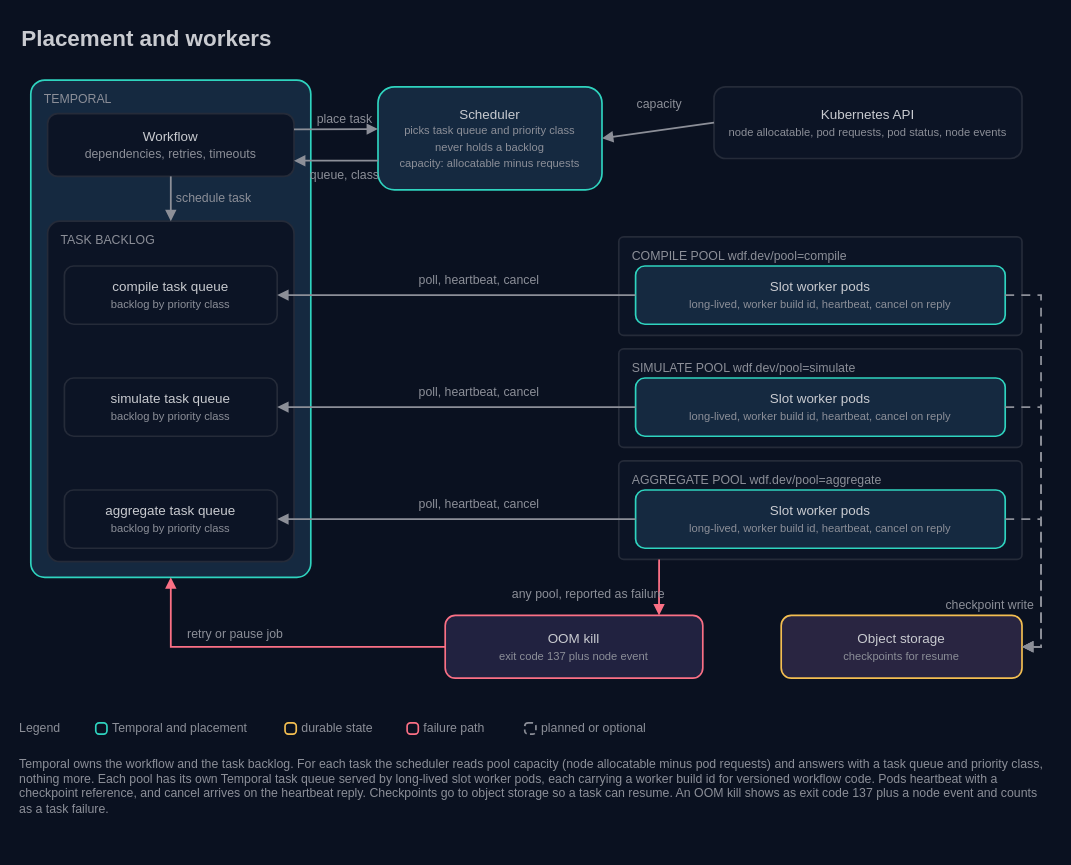
Earlier version of the draw.io diagram docs/architecture/11-placement-and-workers.drawio (AndoNorth/wasm-dag-forge). Source tidied: cells renumbered, new cells numbered last; positions are measured from the earlier drawing's top-left corner, leaving out a move shared by most shapes. Both pictures are drawn from the tidied source at 112%, with x=0, y=0 at pixel (19, 19).
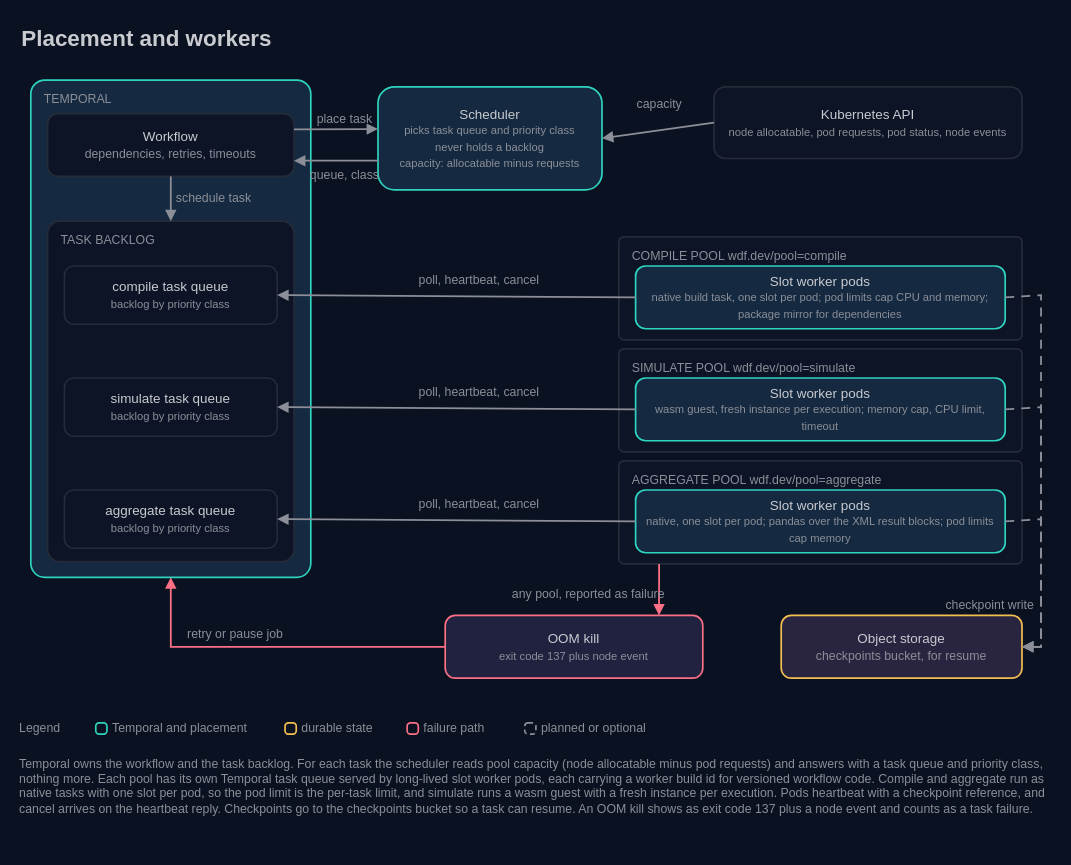
The same diagram, later.

Diff of the diagram source:
```diff
@@
     <mxCell id="13" style="rounded=1;arcSize=5;html=1;whiteSpace=wrap;fillColor=#0c1425;strokeColor=#252b39;strokeWidth=1.5;fontColor=#c9cbd0;fontSize=12;fontFamily=IBM Plex Sans;verticalAlign=top;align=left;" parent="1" vertex="1">
-      <mxGeometry x="535" y="194" width="360" height="88" as="geometry" />
+      <mxGeometry x="535" y="194" width="360" height="92" as="geometry" />
     </mxCell>
@@
-    <mxCell id="15" value="Slot worker pods&lt;br&gt;&lt;font color=&quot;#8c8f98&quot; style=&quot;font-size:10px&quot;&gt;long-lived, worker build id, heartbeat, cancel on reply&lt;/font&gt;" style="rounded=1;arcSize=16;html=1;whiteSpace=wrap;fillColor=#152940;strokeColor=#2fd4bf;strokeWidth=1.5;fontColor=#c9cbd0;fontSize=12;fontFamily=IBM Plex Sans;" parent="1" vertex="1">
-      <mxGeometry x="550" y="220" width="330" height="52" as="geometry" />
+    <mxCell id="15" value="Slot worker pods&lt;br&gt;&lt;font color=&quot;#8c8f98&quot; style=&quot;font-size:10px&quot;&gt;native build task, one slot per pod; pod limits cap CPU and memory; package mirror for dependencies&lt;/font&gt;" style="rounded=1;arcSize=16;html=1;whiteSpace=wrap;fillColor=#152940;strokeColor=#2fd4bf;strokeWidth=1.5;fontColor=#c9cbd0;fontSize=12;fontFamily=IBM Plex Sans;" parent="1" vertex="1">
+      <mxGeometry x="550" y="220" width="330" height="56" as="geometry" />
     </mxCell>
     <mxCell id="16" style="rounded=1;arcSize=5;html=1;whiteSpace=wrap;fillColor=#0c1425;strokeColor=#252b39;strokeWidth=1.5;fontColor=#c9cbd0;fontSize=12;fontFamily=IBM Plex Sans;verticalAlign=top;align=left;" parent="1" vertex="1">
-      <mxGeometry x="535" y="294" width="360" height="88" as="geometry" />
+      <mxGeometry x="535" y="294" width="360" height="92" as="geometry" />
     </mxCell>
@@
-    <mxCell id="18" value="Slot worker pods&lt;br&gt;&lt;font color=&quot;#8c8f98&quot; style=&quot;font-size:10px&quot;&gt;long-lived, worker build id, heartbeat, cancel on reply&lt;/font&gt;" style="rounded=1;arcSize=16;html=1;whiteSpace=wrap;fillColor=#152940;strokeColor=#2fd4bf;strokeWidth=1.5;fontColor=#c9cbd0;fontSize=12;fontFamily=IBM Plex Sans;" parent="1" vertex="1">
-      <mxGeometry x="550" y="320" width="330" height="52" as="geometry" />
+    <mxCell id="18" value="Slot worker pods&lt;br&gt;&lt;font color=&quot;#8c8f98&quot; style=&quot;font-size:10px&quot;&gt;wasm guest, fresh instance per execution; memory cap, CPU limit, timeout&lt;/font&gt;" style="rounded=1;arcSize=16;html=1;whiteSpace=wrap;fillColor=#152940;strokeColor=#2fd4bf;strokeWidth=1.5;fontColor=#c9cbd0;fontSize=12;fontFamily=IBM Plex Sans;" parent="1" vertex="1">
+      <mxGeometry x="550" y="320" width="330" height="56" as="geometry" />
     </mxCell>
     <mxCell id="19" style="rounded=1;arcSize=5;html=1;whiteSpace=wrap;fillColor=#0c1425;strokeColor=#252b39;strokeWidth=1.5;fontColor=#c9cbd0;fontSize=12;fontFamily=IBM Plex Sans;verticalAlign=top;align=left;" parent="1" vertex="1">
-      <mxGeometry x="535" y="394" width="360" height="88" as="geometry" />
+      <mxGeometry x="535" y="394" width="360" height="92" as="geometry" />
     </mxCell>
@@
-    <mxCell id="21" value="Slot worker pods&lt;br&gt;&lt;font color=&quot;#8c8f98&quot; style=&quot;font-size:10px&quot;&gt;long-lived, worker build id, heartbeat, cancel on reply&lt;/font&gt;" style="rounded=1;arcSize=16;html=1;whiteSpace=wrap;fillColor=#152940;strokeColor=#2fd4bf;strokeWidth=1.5;fontColor=#c9cbd0;fontSize=12;fontFamily=IBM Plex Sans;" parent="1" vertex="1">
-      <mxGeometry x="550" y="420" width="330" height="52" as="geometry" />
+    <mxCell id="21" value="Slot worker pods&lt;br&gt;&lt;font color=&quot;#8c8f98&quot; style=&quot;font-size:10px&quot;&gt;native, one slot per pod; pandas over the XML result blocks; pod limits cap memory&lt;/font&gt;" style="rounded=1;arcSize=16;html=1;whiteSpace=wrap;fillColor=#152940;strokeColor=#2fd4bf;strokeWidth=1.5;fontColor=#c9cbd0;fontSize=12;fontFamily=IBM Plex Sans;" parent="1" vertex="1">
+      <mxGeometry x="550" y="420" width="330" height="56" as="geometry" />
     </mxCell>
@@
-    <mxCell id="23" value="Object storage&lt;br&gt;&lt;font color=&quot;#8c8f98&quot; style=&quot;font-size:10px&quot;&gt;checkpoints for resume&lt;/font&gt;" style="rounded=1;arcSize=16;html=1;whiteSpace=wrap;fillColor=#292541;strokeColor=#f4bf51;strokeWidth=1.5;fontColor=#c9cbd0;fontSize=12;fontFamily=IBM Plex Sans;" parent="1" vertex="1">
+    <mxCell id="23" value="Object storage&lt;br&gt;&lt;font color=&quot;#8c8f98&quot; style=&quot;font-size:11px&quot;&gt;checkpoints bucket, for resume&lt;/font&gt;" style="rounded=1;arcSize=16;html=1;whiteSpace=wrap;fillColor=#292541;strokeColor=#f4bf51;strokeWidth=1.5;fontColor=#c9cbd0;fontSize=12;fontFamily=IBM Plex Sans;" parent="1" vertex="1">
       <mxGeometry x="680" y="532" width="215" height="56" as="geometry" />
     </mxCell>
@@
-    <mxCell id="55" value="Temporal owns the workflow and the task backlog. For each task the scheduler reads pool capacity (node allocatable minus pod requests) and answers with a task queue and priority class, nothing more. Each pool has its own Temporal task queue served by long-lived slot worker pods, each carrying a worker build id for versioned workflow code. Pods heartbeat with a checkpoint reference, and cancel arrives on the heartbeat reply. Checkpoints go to object storage so a task can resume. An OOM kill shows as exit code 137 plus a node event and counts as a task failure." style="text;html=1;strokeColor=none;fillColor=none;align=left;verticalAlign=top;whiteSpace=wrap;fontColor=#8c8f98;fontSize=11;fontFamily=IBM Plex Sans;spacing=0;" parent="1" vertex="1">
-      <mxGeometry y="654" width="920" height="56" as="geometry" />
+    <mxCell id="55" value="Temporal owns the workflow and the task backlog. For each task the scheduler reads pool capacity (node allocatable minus pod requests) and answers with a task queue and priority class, nothing more. Each pool has its own Temporal task queue served by long-lived slot worker pods, each carrying a worker build id for versioned workflow code. Compile and aggregate run as native tasks with one slot per pod, so the pod limit is the per-task limit, and simulate runs a wasm guest with a fresh instance per execution. Pods heartbeat with a checkpoint reference, and cancel arrives on the heartbeat reply. Checkpoints go to the checkpoints bucket so a task can resume. An OOM kill shows as exit code 137 plus a node event and counts as a task failure." style="text;html=1;strokeColor=none;fillColor=none;align=left;verticalAlign=top;whiteSpace=wrap;fontColor=#8c8f98;fontSize=11;fontFamily=IBM Plex Sans;spacing=0;" parent="1" vertex="1">
+      <mxGeometry y="654" width="920" height="84" as="geometry" />
     </mxCell>
```
